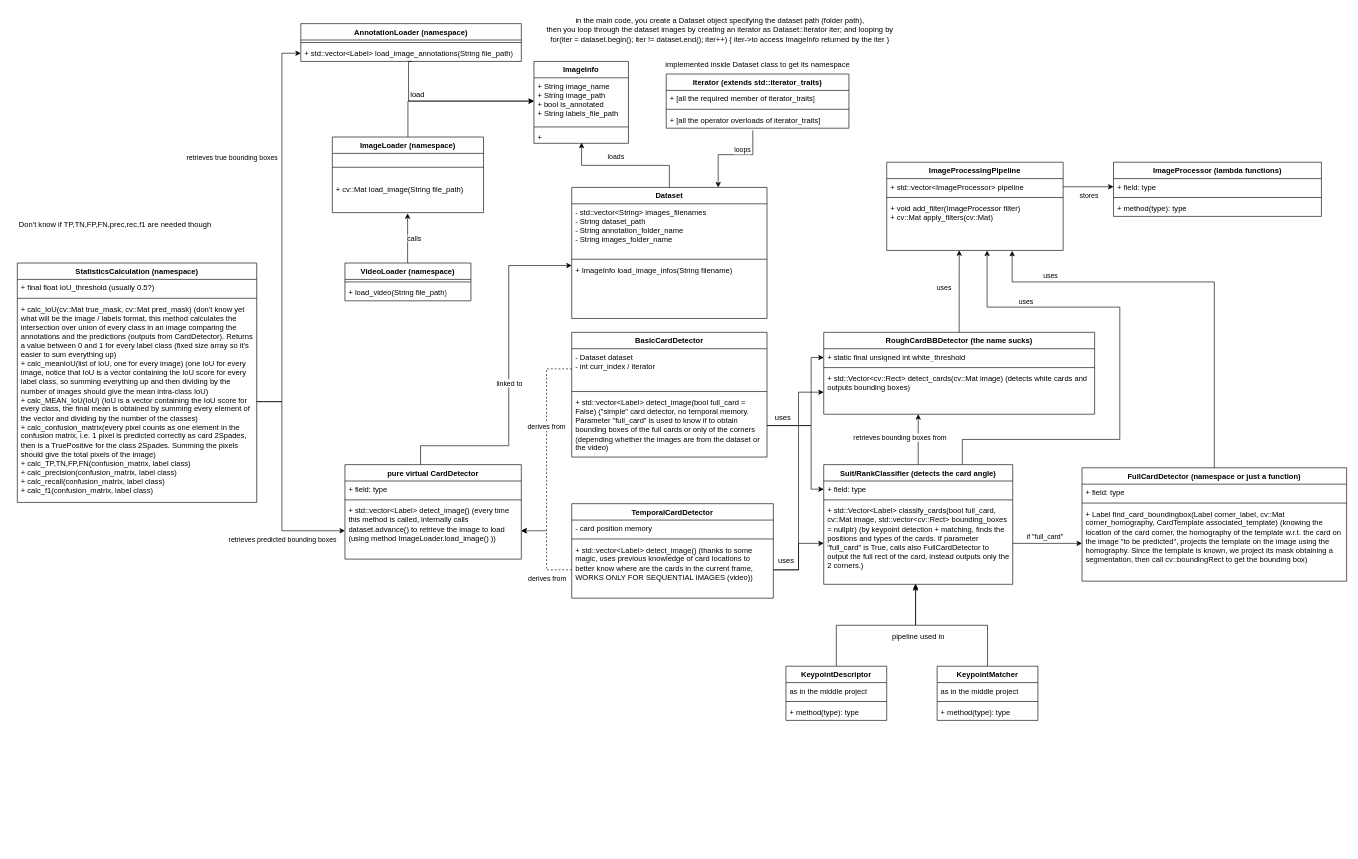
Before: docs/Class_diagram.drawio in boorgoof/blackjack-card-counter, a draw.io diagram. Source tidied: cells renumbered, new cells numbered last; positions are measured from the earlier drawing's top-left corner, leaving out a move shared by most shapes. Both pictures are drawn from the tidied source at 63%, with x=0, y=0 at pixel (11, 11).
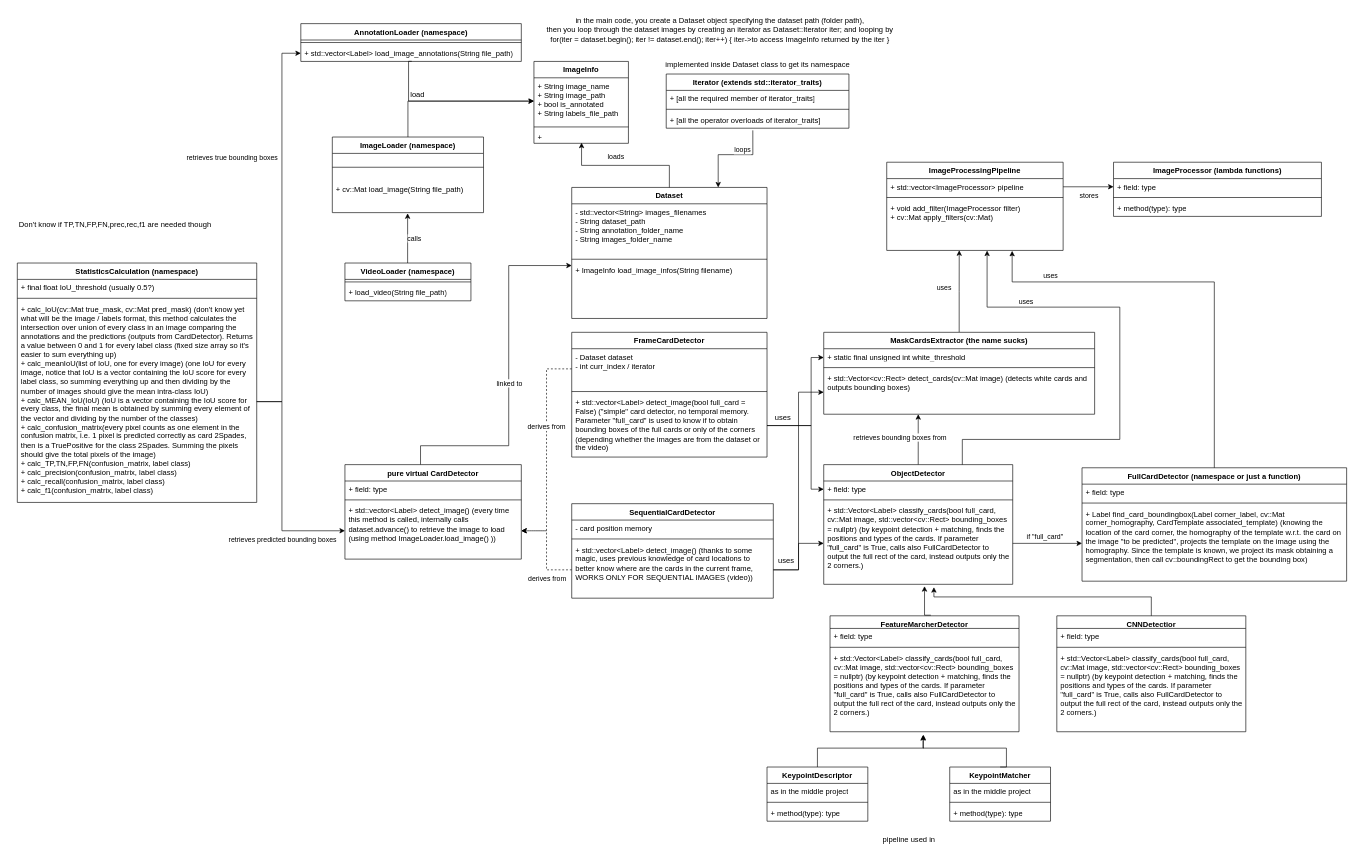
The same page after the edit.

The change refers to these unchanged cells:
```xml
<mxCell id="33" value="+ std::Vector&amp;lt;Label&amp;gt; classify_cards(bool full_card, cv::Mat image, std::vector&amp;lt;cv::Rect&amp;gt; bounding_boxes = nullptr) (by keypoint detection + matching, finds the positions and types of the cards. If parameter &quot;full_card&quot; is True, calls also FullCardDetector to output the full rect of the card, instead outputs only the 2 corners.)" style="text;strokeColor=none;fillColor=none;align=left;verticalAlign=top;spacingLeft=4;spacingRight=4;overflow=hidden;points=[[0,0.5],[1,0.5]];portConstraint=eastwest;whiteSpace=wrap;html=1;" parent="30" vertex="1">
  <mxGeometry y="60" width="300" height="130" as="geometry" />
</mxCell>
```

The edit, as a diff of the source:
```diff
@@
-    <mxCell id="13" value="BasicCardDetector" style="swimlane;fontStyle=1;align=center;verticalAlign=top;horizontal=1;startSize=26;whiteSpace=wrap;html=1;" parent="1" vertex="1">
+    <mxCell id="13" value="FrameCardDetector" style="swimlane;fontStyle=1;align=center;verticalAlign=top;horizontal=1;startSize=26;whiteSpace=wrap;html=1;" parent="1" vertex="1">
       <mxGeometry x="890" y="510" width="310" height="198" as="geometry" />
     </mxCell>
@@
-    <mxCell id="23" value="RoughCardBBDetector (the name sucks)" style="swimlane;fontStyle=1;align=center;verticalAlign=top;horizontal=1;startSize=26;whiteSpace=wrap;html=1;" parent="1" vertex="1">
+    <mxCell id="23" value="MaskCardsExtractor (the name sucks)" style="swimlane;fontStyle=1;align=center;verticalAlign=top;horizontal=1;startSize=26;whiteSpace=wrap;html=1;" parent="1" vertex="1">
       <mxGeometry x="1290" y="510" width="430" height="130" as="geometry" />
     </mxCell>
@@
-    <mxCell id="30" value="Suit/RankClassifier (detects the card angle)" style="swimlane;fontStyle=1;align=center;verticalAlign=top;horizontal=1;startSize=26;whiteSpace=wrap;html=1;" parent="1" vertex="1">
+    <mxCell id="30" value="ObjectDetector" style="swimlane;fontStyle=1;align=center;verticalAlign=top;horizontal=1;startSize=26;whiteSpace=wrap;html=1;" parent="1" vertex="1">
       <mxGeometry x="1290" y="720" width="300" height="190" as="geometry" />
     </mxCell>
@@
-    <mxCell id="42" value="TemporalCardDetector" style="swimlane;fontStyle=1;align=center;verticalAlign=top;horizontal=1;startSize=26;whiteSpace=wrap;html=1;" parent="1" vertex="1">
+    <mxCell id="42" value="SequentialCardDetector" style="swimlane;fontStyle=1;align=center;verticalAlign=top;horizontal=1;startSize=26;whiteSpace=wrap;html=1;" parent="1" vertex="1">
       <mxGeometry x="890" y="782" width="320" height="150" as="geometry" />
     </mxCell>
@@
-    <mxCell id="85" style="edgeStyle=orthogonalEdgeStyle;rounded=0;jettySize=auto;html=1;entryX=0.486;entryY=0.992;entryDx=0;entryDy=0;entryPerimeter=0;" parent="1" edge="1" source="86" target="33">
-      <mxGeometry relative="1" as="geometry" />
-    </mxCell>
     <mxCell id="86" value="KeypointDescriptor" style="swimlane;fontStyle=1;align=center;verticalAlign=top;horizontal=1;startSize=26;whiteSpace=wrap;html=1;" parent="1" vertex="1">
-      <mxGeometry x="1230" y="1040" width="160" height="86" as="geometry" />
+      <mxGeometry x="1200" y="1200" width="160" height="86" as="geometry" />
     </mxCell>
@@
-    <mxCell id="90" style="edgeStyle=orthogonalEdgeStyle;rounded=0;jettySize=auto;html=1;entryX=0.486;entryY=1.012;entryDx=0;entryDy=0;entryPerimeter=0;" parent="1" edge="1" source="91" target="33">
-      <mxGeometry relative="1" as="geometry">
-        <Array as="points">
-          <mxPoint x="1550" y="975" />
-          <mxPoint x="1436" y="975" />
-        </Array>
-      </mxGeometry>
-    </mxCell>
     <mxCell id="91" value="KeypointMatcher" style="swimlane;fontStyle=1;align=center;verticalAlign=top;horizontal=1;startSize=26;whiteSpace=wrap;html=1;" parent="1" vertex="1">
-      <mxGeometry x="1470" y="1040" width="160" height="86" as="geometry" />
+      <mxGeometry x="1490" y="1200" width="160" height="86" as="geometry" />
     </mxCell>
@@
     <mxCell id="95" value="pipeline used in" style="text;html=1;align=center;verticalAlign=middle;strokeColor=none;fillColor=none;" parent="1" vertex="1">
-      <mxGeometry x="1385" y="978" width="110" height="30" as="geometry" />
+      <mxGeometry x="1370" y="1300" width="110" height="30" as="geometry" />
     </mxCell>
@@
+    <mxCell id="110" value="FeatureMarcherDetector" style="swimlane;fontStyle=1;align=center;verticalAlign=top;horizontal=1;startSize=20;whiteSpace=wrap;html=1;" parent="1" vertex="1">
+      <mxGeometry x="1300" y="960" width="300" height="184" as="geometry" />
+    </mxCell>
+    <mxCell id="111" value="+ field: type" style="text;strokeColor=none;fillColor=none;align=left;verticalAlign=top;spacingLeft=4;spacingRight=4;overflow=hidden;whiteSpace=wrap;html=1;" parent="110" vertex="1">
+      <mxGeometry y="20" width="300" height="26" as="geometry" />
+    </mxCell>
+    <mxCell id="112" style="line;strokeWidth=1;fillColor=none;align=left;verticalAlign=middle;spacingTop=-1;spacingLeft=3;spacingRight=3;labelPosition=right;strokeColor=inherit;" parent="110" vertex="1">
+      <mxGeometry y="46" width="300" height="8" as="geometry" />
+    </mxCell>
+    <mxCell id="113" value="+ std::Vector&amp;lt;Label&amp;gt; classify_cards(bool full_card, cv::Mat image, std::vector&amp;lt;cv::Rect&amp;gt; bounding_boxes = nullptr) (by keypoint detection + matching, finds the positions and types of the cards. If parameter &quot;full_card&quot; is True, calls also FullCardDetector to output the full rect of the card, instead outputs only the 2 corners.)" style="text;strokeColor=none;fillColor=none;align=left;verticalAlign=top;spacingLeft=4;spacingRight=4;overflow=hidden;points=[[0,0.5],[1,0.5]];portConstraint=eastwest;whiteSpace=wrap;html=1;" parent="110" vertex="1">
+      <mxGeometry y="54" width="300" height="130" as="geometry" />
+    </mxCell>
+    <mxCell id="114" style="edgeStyle=orthogonalEdgeStyle;rounded=0;jettySize=auto;html=1;entryX=0.494;entryY=1.036;entryDx=0;entryDy=0;exitX=0.5;exitY=0;exitDx=0;exitDy=0;entryPerimeter=0;" parent="1" edge="1" source="86" target="113">
+      <mxGeometry relative="1" as="geometry">
+        <Array as="points">
+          <mxPoint x="1280" y="1170" />
+          <mxPoint x="1448" y="1170" />
+        </Array>
+      </mxGeometry>
+    </mxCell>
+    <mxCell id="115" style="edgeStyle=orthogonalEdgeStyle;rounded=0;jettySize=auto;html=1;entryX=0.492;entryY=1.042;entryDx=0;entryDy=0;exitX=0.5;exitY=0;exitDx=0;exitDy=0;entryPerimeter=0;" parent="1" edge="1" source="91" target="113">
+      <mxGeometry relative="1" as="geometry">
+        <Array as="points">
+          <mxPoint x="1580" y="1200" />
+          <mxPoint x="1580" y="1170" />
+          <mxPoint x="1448" y="1170" />
+        </Array>
+      </mxGeometry>
+    </mxCell>
+    <mxCell id="116" style="edgeStyle=orthogonalEdgeStyle;rounded=0;orthogonalLoop=1;jettySize=auto;html=1;" parent="1" edge="1">
+      <mxGeometry relative="1" as="geometry">
+        <mxPoint x="1460" y="959" as="sourcePoint" />
+        <mxPoint x="1450" y="913" as="targetPoint" />
+        <Array as="points">
+          <mxPoint x="1450" y="959" />
+        </Array>
+      </mxGeometry>
+    </mxCell>
+    <mxCell id="117" value="CNNDetectior" style="swimlane;fontStyle=1;align=center;verticalAlign=top;horizontal=1;startSize=20;whiteSpace=wrap;html=1;" parent="1" vertex="1">
+      <mxGeometry x="1660" y="960" width="300" height="184" as="geometry" />
+    </mxCell>
+    <mxCell id="118" value="+ field: type" style="text;strokeColor=none;fillColor=none;align=left;verticalAlign=top;spacingLeft=4;spacingRight=4;overflow=hidden;whiteSpace=wrap;html=1;" parent="117" vertex="1">
+      <mxGeometry y="20" width="300" height="26" as="geometry" />
+    </mxCell>
+    <mxCell id="119" style="line;strokeWidth=1;fillColor=none;align=left;verticalAlign=middle;spacingTop=-1;spacingLeft=3;spacingRight=3;labelPosition=right;strokeColor=inherit;" parent="117" vertex="1">
+      <mxGeometry y="46" width="300" height="8" as="geometry" />
+    </mxCell>
+    <mxCell id="120" value="+ std::Vector&amp;lt;Label&amp;gt; classify_cards(bool full_card, cv::Mat image, std::vector&amp;lt;cv::Rect&amp;gt; bounding_boxes = nullptr) (by keypoint detection + matching, finds the positions and types of the cards. If parameter &quot;full_card&quot; is True, calls also FullCardDetector to output the full rect of the card, instead outputs only the 2 corners.)" style="text;strokeColor=none;fillColor=none;align=left;verticalAlign=top;spacingLeft=4;spacingRight=4;overflow=hidden;whiteSpace=wrap;html=1;" parent="117" vertex="1">
+      <mxGeometry y="54" width="300" height="130" as="geometry" />
+    </mxCell>
+    <mxCell id="121" style="edgeStyle=orthogonalEdgeStyle;rounded=0;jettySize=auto;html=1;entryX=0.583;entryY=1.035;entryDx=0;entryDy=0;entryPerimeter=0;exitX=0.5;exitY=0;exitDx=0;exitDy=0;" parent="1" edge="1" source="117" target="33">
+      <mxGeometry relative="1" as="geometry">
+        <Array as="points">
+          <mxPoint x="1810" y="930" />
+          <mxPoint x="1465" y="930" />
+        </Array>
+      </mxGeometry>
+    </mxCell>
```
